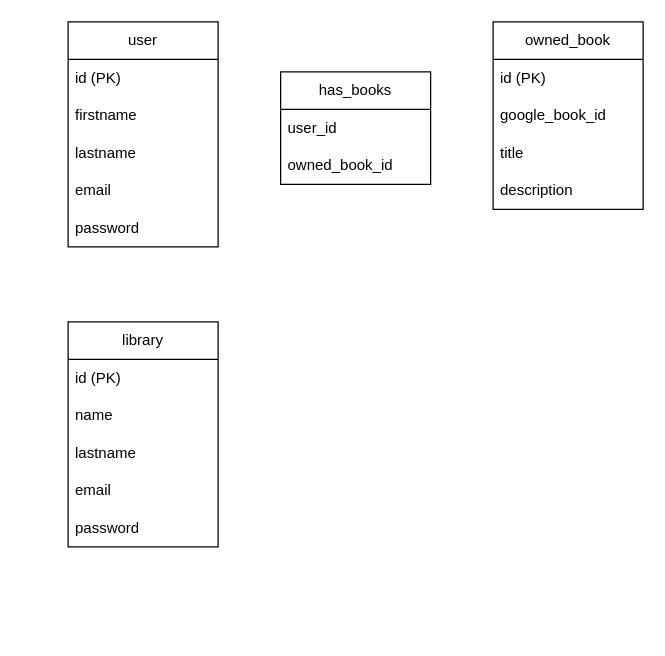
The draw.io diagram docs/mcd.drawIO in cyrilplou/books-world, before the edit. Source tidied: cells renumbered, new cells numbered last; positions are measured from the earlier drawing's top-left corner, leaving out a move shared by most shapes. Both pictures are drawn from the tidied source at 125%, with x=0, y=0 at pixel (68, 21).
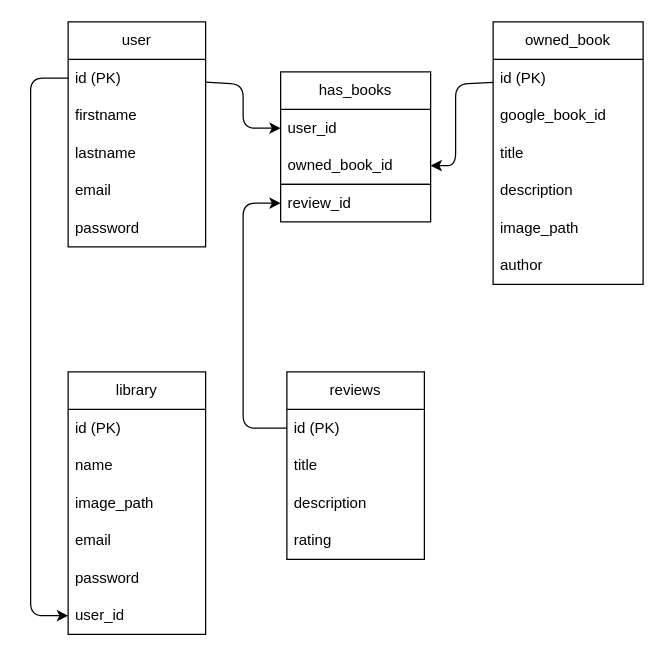
Above is the later version.

Unchanged cells that the change refers to:
```xml
<mxCell id="15" value="id (PK)&lt;br&gt;" style="text;strokeColor=none;fillColor=none;align=left;verticalAlign=middle;spacingLeft=4;spacingRight=4;overflow=hidden;points=[[0,0.5],[1,0.5]];portConstraint=eastwest;whiteSpace=wrap;html=1;" parent="14" vertex="1">
  <mxGeometry y="30" width="120" height="30" as="geometry" />
</mxCell>
<mxCell id="19" value="has_books" style="swimlane;fontStyle=0;horizontal=1;startSize=30;whiteSpace=wrap;html=1;" parent="1" vertex="1">
  <mxGeometry x="170" y="40" width="120" height="90" as="geometry" />
</mxCell>
<mxCell id="20" value="user_id" style="text;strokeColor=none;fillColor=none;align=left;verticalAlign=middle;spacingLeft=4;spacingRight=4;overflow=hidden;points=[[0,0.5],[1,0.5]];portConstraint=eastwest;whiteSpace=wrap;html=1;" parent="19" vertex="1">
  <mxGeometry y="30" width="120" height="30" as="geometry" />
</mxCell>
<mxCell id="21" value="owned_book_id" style="text;strokeColor=none;fillColor=none;align=left;verticalAlign=middle;spacingLeft=4;spacingRight=4;overflow=hidden;points=[[0,0.5],[1,0.5]];portConstraint=eastwest;whiteSpace=wrap;html=1;" parent="19" vertex="1">
  <mxGeometry y="60" width="120" height="30" as="geometry" />
</mxCell>
```

Diff of the diagram source:
```diff
@@
     <mxCell id="2" value="user" style="swimlane;fontStyle=0;horizontal=1;startSize=30;whiteSpace=wrap;html=1;" parent="1" vertex="1">
-      <mxGeometry width="120" height="180" as="geometry" />
+      <mxGeometry width="110" height="180" as="geometry" />
     </mxCell>
     <mxCell id="3" value="id (PK)&lt;br&gt;" style="text;strokeColor=none;fillColor=none;align=left;verticalAlign=middle;spacingLeft=4;spacingRight=4;overflow=hidden;points=[[0,0.5],[1,0.5]];portConstraint=eastwest;whiteSpace=wrap;html=1;" parent="2" vertex="1">
-      <mxGeometry y="30" width="120" height="30" as="geometry" />
+      <mxGeometry y="30" width="110" height="30" as="geometry" />
     </mxCell>
     <mxCell id="4" value="firstname" style="text;strokeColor=none;fillColor=none;align=left;verticalAlign=middle;spacingLeft=4;spacingRight=4;overflow=hidden;whiteSpace=wrap;html=1;" parent="2" vertex="1">
-      <mxGeometry y="60" width="120" height="30" as="geometry" />
+      <mxGeometry y="60" width="110" height="30" as="geometry" />
     </mxCell>
     <mxCell id="5" value="lastname" style="text;strokeColor=none;fillColor=none;align=left;verticalAlign=middle;spacingLeft=4;spacingRight=4;overflow=hidden;whiteSpace=wrap;html=1;" parent="2" vertex="1">
-      <mxGeometry y="90" width="120" height="30" as="geometry" />
+      <mxGeometry y="90" width="110" height="30" as="geometry" />
     </mxCell>
     <mxCell id="6" value="email" style="text;strokeColor=none;fillColor=none;align=left;verticalAlign=middle;spacingLeft=4;spacingRight=4;overflow=hidden;whiteSpace=wrap;html=1;" parent="2" vertex="1">
-      <mxGeometry y="120" width="120" height="30" as="geometry" />
+      <mxGeometry y="120" width="110" height="30" as="geometry" />
     </mxCell>
     <mxCell id="7" value="password" style="text;strokeColor=none;fillColor=none;align=left;verticalAlign=middle;spacingLeft=4;spacingRight=4;overflow=hidden;whiteSpace=wrap;html=1;" parent="2" vertex="1">
-      <mxGeometry y="150" width="120" height="30" as="geometry" />
+      <mxGeometry y="150" width="110" height="30" as="geometry" />
     </mxCell>
-    <mxCell id="8" value="library" style="swimlane;fontStyle=0;horizontal=1;startSize=30;whiteSpace=wrap;html=1;" parent="1" vertex="1">
-      <mxGeometry y="240" width="120" height="180" as="geometry" />
+    <mxCell id="8" value="reviews" style="swimlane;fontStyle=0;horizontal=1;startSize=30;whiteSpace=wrap;html=1;" parent="1" vertex="1">
+      <mxGeometry x="175" y="280" width="110" height="150" as="geometry" />
     </mxCell>
     <mxCell id="9" value="id (PK)&lt;br&gt;" style="text;strokeColor=none;fillColor=none;align=left;verticalAlign=middle;spacingLeft=4;spacingRight=4;overflow=hidden;points=[[0,0.5],[1,0.5]];portConstraint=eastwest;whiteSpace=wrap;html=1;" parent="8" vertex="1">
-      <mxGeometry y="30" width="120" height="30" as="geometry" />
+      <mxGeometry y="30" width="110" height="30" as="geometry" />
     </mxCell>
-    <mxCell id="10" value="name" style="text;strokeColor=none;fillColor=none;align=left;verticalAlign=middle;spacingLeft=4;spacingRight=4;overflow=hidden;whiteSpace=wrap;html=1;" parent="8" vertex="1">
-      <mxGeometry y="60" width="120" height="30" as="geometry" />
+    <mxCell id="10" value="title" style="text;strokeColor=none;fillColor=none;align=left;verticalAlign=middle;spacingLeft=4;spacingRight=4;overflow=hidden;whiteSpace=wrap;html=1;" parent="8" vertex="1">
+      <mxGeometry y="60" width="110" height="30" as="geometry" />
     </mxCell>
-    <mxCell id="11" value="lastname" style="text;strokeColor=none;fillColor=none;align=left;verticalAlign=middle;spacingLeft=4;spacingRight=4;overflow=hidden;whiteSpace=wrap;html=1;" parent="8" vertex="1">
-      <mxGeometry y="90" width="120" height="30" as="geometry" />
+    <mxCell id="11" value="description" style="text;strokeColor=none;fillColor=none;align=left;verticalAlign=middle;spacingLeft=4;spacingRight=4;overflow=hidden;whiteSpace=wrap;html=1;" parent="8" vertex="1">
+      <mxGeometry y="90" width="110" height="30" as="geometry" />
     </mxCell>
-    <mxCell id="12" value="email" style="text;strokeColor=none;fillColor=none;align=left;verticalAlign=middle;spacingLeft=4;spacingRight=4;overflow=hidden;whiteSpace=wrap;html=1;" parent="8" vertex="1">
-      <mxGeometry y="120" width="120" height="30" as="geometry" />
+    <mxCell id="12" value="rating" style="text;strokeColor=none;fillColor=none;align=left;verticalAlign=middle;spacingLeft=4;spacingRight=4;overflow=hidden;whiteSpace=wrap;html=1;" parent="8" vertex="1">
+      <mxGeometry y="120" width="110" height="30" as="geometry" />
     </mxCell>
-    <mxCell id="13" value="password" style="text;strokeColor=none;fillColor=none;align=left;verticalAlign=middle;spacingLeft=4;spacingRight=4;overflow=hidden;whiteSpace=wrap;html=1;" parent="8" vertex="1">
-      <mxGeometry y="150" width="120" height="30" as="geometry" />
-    </mxCell>
     <mxCell id="14" value="owned_book" style="swimlane;fontStyle=0;horizontal=1;startSize=30;whiteSpace=wrap;html=1;" parent="1" vertex="1">
-      <mxGeometry x="340" width="120" height="150" as="geometry" />
+      <mxGeometry x="340" width="120" height="210" as="geometry" />
     </mxCell>
@@
+    <mxCell id="22" value="image_path" style="text;strokeColor=none;fillColor=none;align=left;verticalAlign=middle;spacingLeft=4;spacingRight=4;overflow=hidden;whiteSpace=wrap;html=1;" parent="14" vertex="1">
+      <mxGeometry y="150" width="120" height="30" as="geometry" />
+    </mxCell>
+    <mxCell id="23" value="author" style="text;strokeColor=none;fillColor=none;align=left;verticalAlign=middle;spacingLeft=4;spacingRight=4;overflow=hidden;whiteSpace=wrap;html=1;" parent="14" vertex="1">
+      <mxGeometry y="180" width="120" height="30" as="geometry" />
+    </mxCell>
+    <mxCell id="24" style="edgeStyle=none;html=1;" parent="1" edge="1" source="19" target="33">
+      <mxGeometry relative="1" as="geometry" />
+    </mxCell>
@@
+    <mxCell id="25" style="edgeStyle=none;html=1;entryX=0;entryY=0.5;entryDx=0;entryDy=0;" parent="1" edge="1" source="3" target="20">
+      <mxGeometry relative="1" as="geometry">
+        <Array as="points">
+          <mxPoint x="140" y="50" />
+          <mxPoint x="140" y="85" />
+        </Array>
+      </mxGeometry>
+    </mxCell>
+    <mxCell id="26" style="edgeStyle=none;html=1;entryX=1;entryY=0.5;entryDx=0;entryDy=0;" parent="1" edge="1" source="15" target="21">
+      <mxGeometry relative="1" as="geometry">
+        <Array as="points">
+          <mxPoint x="310" y="50" />
+          <mxPoint x="310" y="115" />
+        </Array>
+      </mxGeometry>
+    </mxCell>
+    <mxCell id="27" value="library" style="swimlane;fontStyle=0;horizontal=1;startSize=30;whiteSpace=wrap;html=1;" parent="1" vertex="1">
+      <mxGeometry y="280" width="110" height="210" as="geometry" />
+    </mxCell>
+    <mxCell id="28" value="id (PK)&lt;br&gt;" style="text;strokeColor=none;fillColor=none;align=left;verticalAlign=middle;spacingLeft=4;spacingRight=4;overflow=hidden;whiteSpace=wrap;html=1;" parent="27" vertex="1">
+      <mxGeometry y="30" width="110" height="30" as="geometry" />
+    </mxCell>
+    <mxCell id="29" value="name" style="text;strokeColor=none;fillColor=none;align=left;verticalAlign=middle;spacingLeft=4;spacingRight=4;overflow=hidden;whiteSpace=wrap;html=1;" parent="27" vertex="1">
+      <mxGeometry y="60" width="110" height="30" as="geometry" />
+    </mxCell>
+    <mxCell id="30" value="image_path" style="text;strokeColor=none;fillColor=none;align=left;verticalAlign=middle;spacingLeft=4;spacingRight=4;overflow=hidden;whiteSpace=wrap;html=1;" parent="27" vertex="1">
+      <mxGeometry y="90" width="110" height="30" as="geometry" />
+    </mxCell>
+    <mxCell id="31" value="email" style="text;strokeColor=none;fillColor=none;align=left;verticalAlign=middle;spacingLeft=4;spacingRight=4;overflow=hidden;whiteSpace=wrap;html=1;" parent="27" vertex="1">
+      <mxGeometry y="120" width="110" height="30" as="geometry" />
+    </mxCell>
+    <mxCell id="13" value="password" style="text;strokeColor=none;fillColor=none;align=left;verticalAlign=middle;spacingLeft=4;spacingRight=4;overflow=hidden;whiteSpace=wrap;html=1;" parent="27" vertex="1">
+      <mxGeometry y="150" width="110" height="30" as="geometry" />
+    </mxCell>
+    <mxCell id="32" value="user_id" style="text;strokeColor=none;fillColor=none;align=left;verticalAlign=middle;spacingLeft=4;spacingRight=4;overflow=hidden;points=[[0,0.5],[1,0.5]];portConstraint=eastwest;whiteSpace=wrap;html=1;" parent="27" vertex="1">
+      <mxGeometry y="180" width="110" height="30" as="geometry" />
+    </mxCell>
+    <mxCell id="33" style="whiteSpace=wrap;html=1;fontStyle=0;startSize=30;fillColor=none;" parent="1" vertex="1">
+      <mxGeometry x="170" y="130" width="120" height="30" as="geometry" />
+    </mxCell>
+    <mxCell id="34" value="review_id" style="text;strokeColor=none;fillColor=none;align=left;verticalAlign=middle;spacingLeft=4;spacingRight=4;overflow=hidden;points=[[0,0.5],[1,0.5]];portConstraint=eastwest;whiteSpace=wrap;html=1;" parent="1" vertex="1">
+      <mxGeometry x="170" y="130" width="120" height="30" as="geometry" />
+    </mxCell>
+    <mxCell id="35" style="edgeStyle=none;html=1;exitX=0;exitY=0.5;exitDx=0;exitDy=0;entryX=0;entryY=0.5;entryDx=0;entryDy=0;" parent="1" edge="1" source="9" target="34">
+      <mxGeometry relative="1" as="geometry">
+        <Array as="points">
+          <mxPoint x="140" y="325" />
+          <mxPoint x="140" y="145" />
+        </Array>
+      </mxGeometry>
+    </mxCell>
+    <mxCell id="36" style="edgeStyle=none;html=1;exitX=0;exitY=0.5;exitDx=0;exitDy=0;entryX=0;entryY=0.5;entryDx=0;entryDy=0;" parent="1" edge="1" source="3" target="32">
+      <mxGeometry relative="1" as="geometry">
+        <Array as="points">
+          <mxPoint x="-30" y="45" />
+          <mxPoint x="-30" y="475" />
+        </Array>
+      </mxGeometry>
+    </mxCell>
```
